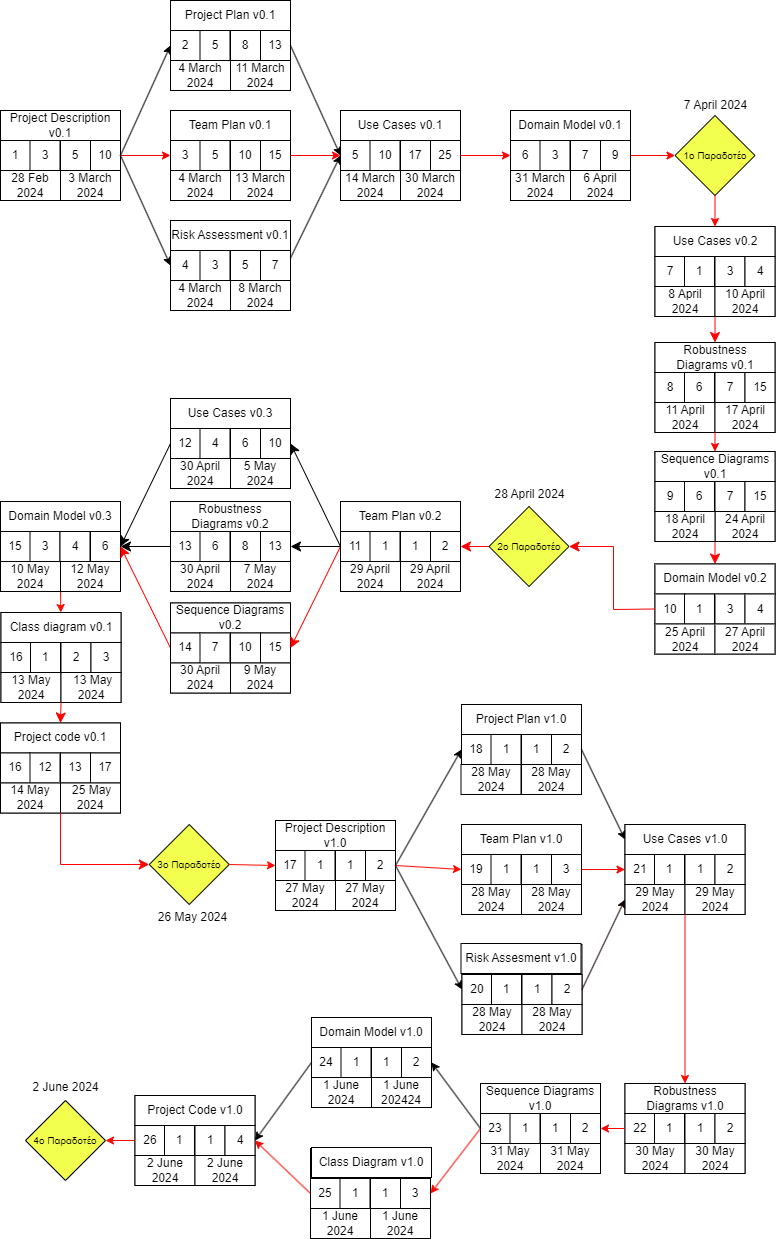
Nektar24/software-engineering keeps this draw.io diagram as NOTES/pert/Team Plan Pert.png. Above is the earlier version. Source tidied: cells renumbered, new cells last; positions are measured from the earlier drawing's top-left corner, leaving out a move shared by most shapes.
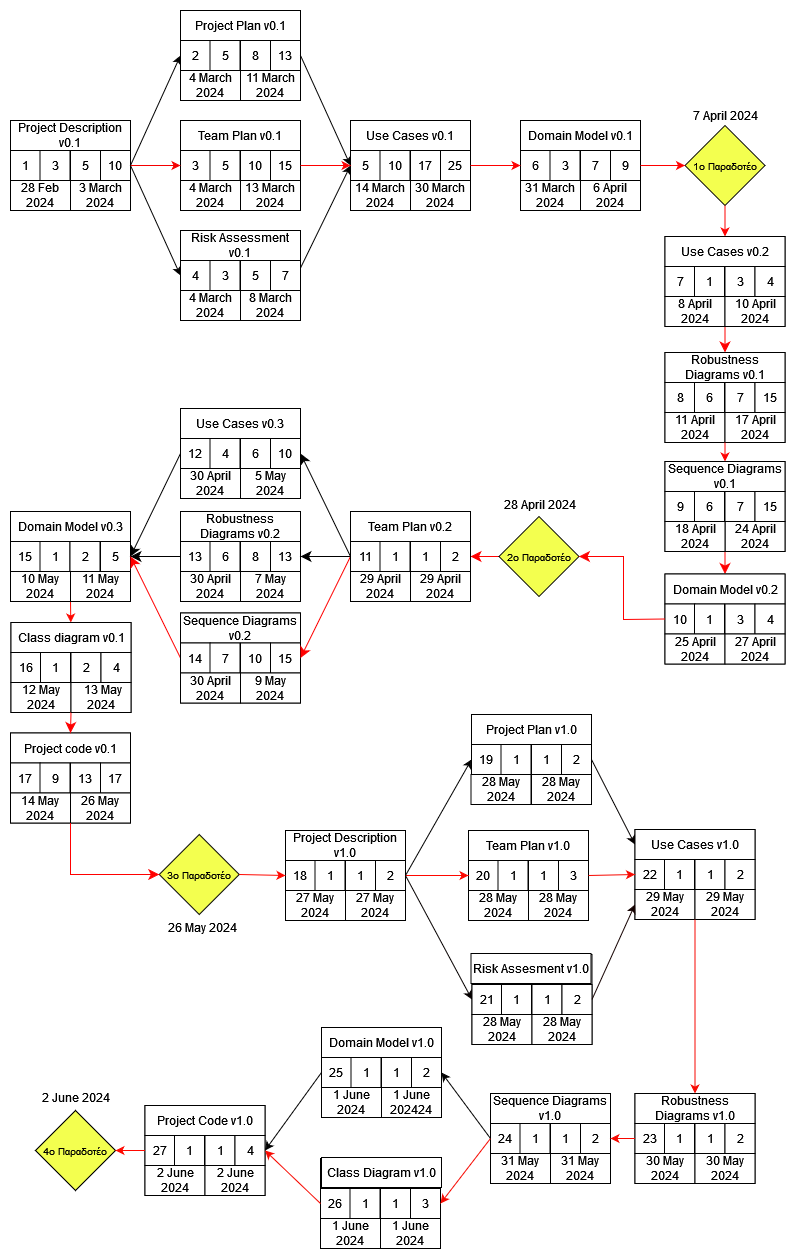
The same diagram one commit later.

Commit message:
corrections in dates of pert and gantt diagram(they were not the same)

Change to the diagram source:
```diff
@@ -249,7 +249,7 @@
       <mxGeometry x="714.5" y="623.5" width="60" height="30" as="geometry" />
     </mxCell>
     <mxCell id="84" style="rounded=0;whiteSpace=wrap;html=1;" parent="1" vertex="1">
-      <mxGeometry x="481" y="844" width="60" height="30" as="geometry" />
+      <mxGeometry x="478" y="840" width="60" height="30" as="geometry" />
     </mxCell>
     <mxCell id="85" style="edgeStyle=none;curved=1;rounded=0;jettySize=auto;html=1;exitX=0;exitY=0.5;exitDx=0;exitDy=0;entryX=1;entryY=0.5;entryDx=0;entryDy=0;fontSize=12;startSize=8;endSize=8;strokeColor=#FF0000;" parent="1" edge="1" source="86" target="250">
       <mxGeometry relative="1" as="geometry" />
@@ -275,19 +275,19 @@
     <mxCell id="92" value="15" style="rounded=0;whiteSpace=wrap;html=1;" parent="1" vertex="1">
       <mxGeometry y="531" width="30" height="30" as="geometry" />
     </mxCell>
-    <mxCell id="93" value="3" style="whiteSpace=wrap;html=1;" parent="1" vertex="1">
+    <mxCell id="93" value="1" style="whiteSpace=wrap;html=1;" parent="1" vertex="1">
       <mxGeometry x="29.5" y="531" width="30" height="30" as="geometry" />
     </mxCell>
-    <mxCell id="94" value="4" style="whiteSpace=wrap;html=1;" parent="1" vertex="1">
+    <mxCell id="94" value="2" style="whiteSpace=wrap;html=1;" parent="1" vertex="1">
       <mxGeometry x="59.5" y="531" width="30" height="30" as="geometry" />
     </mxCell>
-    <mxCell id="95" value="6" style="whiteSpace=wrap;html=1;" parent="1" vertex="1">
+    <mxCell id="95" value="5" style="whiteSpace=wrap;html=1;" parent="1" vertex="1">
       <mxGeometry x="90" y="531" width="30" height="30" as="geometry" />
     </mxCell>
     <mxCell id="96" value="10 May 2024" style="rounded=0;whiteSpace=wrap;html=1;" parent="1" vertex="1">
       <mxGeometry y="561" width="60" height="30" as="geometry" />
     </mxCell>
-    <mxCell id="97" value="12 May 2024" style="rounded=0;whiteSpace=wrap;html=1;" parent="1" vertex="1">
+    <mxCell id="97" value="11 May 2024" style="rounded=0;whiteSpace=wrap;html=1;" parent="1" vertex="1">
       <mxGeometry x="60" y="561" width="60" height="30" as="geometry" />
     </mxCell>
     <mxCell id="98" style="rounded=0;whiteSpace=wrap;html=1;" parent="1" vertex="1">
@@ -305,10 +305,10 @@
     <mxCell id="102" value="2" style="whiteSpace=wrap;html=1;" parent="1" vertex="1">
       <mxGeometry x="60.5" y="642" width="30" height="30" as="geometry" />
     </mxCell>
-    <mxCell id="103" value="3" style="whiteSpace=wrap;html=1;" parent="1" vertex="1">
+    <mxCell id="103" value="4" style="whiteSpace=wrap;html=1;" parent="1" vertex="1">
       <mxGeometry x="90.5" y="642" width="30" height="30" as="geometry" />
     </mxCell>
-    <mxCell id="104" value="13 May 2024" style="rounded=0;whiteSpace=wrap;html=1;" parent="1" vertex="1">
+    <mxCell id="104" value="12 May 2024" style="rounded=0;whiteSpace=wrap;html=1;" parent="1" vertex="1">
       <mxGeometry x="0.5" y="672" width="60" height="30" as="geometry" />
     </mxCell>
     <mxCell id="105" value="&amp;nbsp;13 May 2024" style="rounded=0;whiteSpace=wrap;html=1;" parent="1" vertex="1">
@@ -321,52 +321,52 @@
       <mxGeometry x="147" y="902" width="90" height="30" as="geometry" />
     </mxCell>
     <mxCell id="108" style="rounded=0;whiteSpace=wrap;html=1;" parent="1" vertex="1">
-      <mxGeometry x="461" y="824" width="120" height="90" as="geometry" />
+      <mxGeometry x="458" y="820" width="120" height="90" as="geometry" />
     </mxCell>
     <mxCell id="109" value="Team Plan v1.0" style="rounded=0;whiteSpace=wrap;html=1;" parent="1" vertex="1">
-      <mxGeometry x="461" y="824" width="120" height="30" as="geometry" />
+      <mxGeometry x="458" y="820" width="120" height="30" as="geometry" />
     </mxCell>
-    <mxCell id="110" value="19" style="rounded=0;whiteSpace=wrap;html=1;" parent="1" vertex="1">
-      <mxGeometry x="461" y="854" width="30" height="30" as="geometry" />
+    <mxCell id="110" value="20" style="rounded=0;whiteSpace=wrap;html=1;" parent="1" vertex="1">
+      <mxGeometry x="458" y="850" width="30" height="30" as="geometry" />
     </mxCell>
     <mxCell id="111" value="1" style="whiteSpace=wrap;html=1;" parent="1" vertex="1">
-      <mxGeometry x="490.5" y="854" width="30" height="30" as="geometry" />
+      <mxGeometry x="487.5" y="850" width="30" height="30" as="geometry" />
     </mxCell>
     <mxCell id="112" value="1" style="whiteSpace=wrap;html=1;" parent="1" vertex="1">
-      <mxGeometry x="521" y="854" width="30" height="30" as="geometry" />
+      <mxGeometry x="518" y="850" width="30" height="30" as="geometry" />
     </mxCell>
     <mxCell id="113" value="3" style="whiteSpace=wrap;html=1;" parent="1" vertex="1">
-      <mxGeometry x="551" y="854" width="30" height="30" as="geometry" />
+      <mxGeometry x="548" y="850" width="30" height="30" as="geometry" />
     </mxCell>
     <mxCell id="114" value="28 May 2024" style="rounded=0;whiteSpace=wrap;html=1;" parent="1" vertex="1">
-      <mxGeometry x="461" y="884" width="60" height="30" as="geometry" />
+      <mxGeometry x="458" y="880" width="60" height="30" as="geometry" />
     </mxCell>
     <mxCell id="115" value="28 May 2024" style="rounded=0;whiteSpace=wrap;html=1;" parent="1" vertex="1">
-      <mxGeometry x="521" y="884" width="60" height="30" as="geometry" />
+      <mxGeometry x="518" y="880" width="60" height="30" as="geometry" />
     </mxCell>
     <mxCell id="116" style="rounded=0;whiteSpace=wrap;html=1;" parent="1" vertex="1">
-      <mxGeometry x="624.5" y="824" width="120" height="90" as="geometry" />
+      <mxGeometry x="624.5" y="819" width="120" height="90" as="geometry" />
     </mxCell>
     <mxCell id="117" value="Use Cases v1.0" style="rounded=0;whiteSpace=wrap;html=1;" parent="1" vertex="1">
-      <mxGeometry x="624.5" y="824" width="120" height="30" as="geometry" />
+      <mxGeometry x="624.5" y="819" width="120" height="30" as="geometry" />
     </mxCell>
-    <mxCell id="118" value="21" style="rounded=0;whiteSpace=wrap;html=1;" parent="1" vertex="1">
-      <mxGeometry x="624.5" y="854" width="30" height="30" as="geometry" />
+    <mxCell id="118" value="22" style="rounded=0;whiteSpace=wrap;html=1;" parent="1" vertex="1">
+      <mxGeometry x="624.5" y="849" width="30" height="30" as="geometry" />
     </mxCell>
     <mxCell id="119" value="1" style="whiteSpace=wrap;html=1;" parent="1" vertex="1">
-      <mxGeometry x="654" y="854" width="30" height="30" as="geometry" />
+      <mxGeometry x="654" y="849" width="30" height="30" as="geometry" />
     </mxCell>
     <mxCell id="120" value="1" style="whiteSpace=wrap;html=1;" parent="1" vertex="1">
-      <mxGeometry x="684.5" y="854" width="30" height="30" as="geometry" />
+      <mxGeometry x="684.5" y="849" width="30" height="30" as="geometry" />
     </mxCell>
     <mxCell id="121" value="2" style="whiteSpace=wrap;html=1;" parent="1" vertex="1">
-      <mxGeometry x="714.5" y="854" width="30" height="30" as="geometry" />
+      <mxGeometry x="714.5" y="849" width="30" height="30" as="geometry" />
     </mxCell>
     <mxCell id="122" value="29 May 2024" style="rounded=0;whiteSpace=wrap;html=1;" parent="1" vertex="1">
-      <mxGeometry x="624.5" y="884" width="60" height="30" as="geometry" />
+      <mxGeometry x="624.5" y="879" width="60" height="30" as="geometry" />
     </mxCell>
     <mxCell id="123" value="29 May 2024" style="rounded=0;whiteSpace=wrap;html=1;" parent="1" vertex="1">
-      <mxGeometry x="684.5" y="884" width="60" height="30" as="geometry" />
+      <mxGeometry x="684.5" y="879" width="60" height="30" as="geometry" />
     </mxCell>
     <mxCell id="124" style="rounded=0;whiteSpace=wrap;html=1;" parent="1" vertex="1">
       <mxGeometry x="275" y="820" width="120" height="90" as="geometry" />
@@ -374,7 +374,7 @@
     <mxCell id="125" value="Project Description v1.0" style="rounded=0;whiteSpace=wrap;html=1;" parent="1" vertex="1">
       <mxGeometry x="275" y="820" width="120" height="30" as="geometry" />
     </mxCell>
-    <mxCell id="126" value="17" style="rounded=0;whiteSpace=wrap;html=1;" parent="1" vertex="1">
+    <mxCell id="126" value="18" style="rounded=0;whiteSpace=wrap;html=1;" parent="1" vertex="1">
       <mxGeometry x="275" y="850" width="30" height="30" as="geometry" />
     </mxCell>
     <mxCell id="127" value="1" style="whiteSpace=wrap;html=1;" parent="1" vertex="1">
@@ -398,7 +398,7 @@
     <mxCell id="133" value="Project Plan v1.0" style="rounded=0;whiteSpace=wrap;html=1;" parent="1" vertex="1">
       <mxGeometry x="461" y="704" width="120" height="30" as="geometry" />
     </mxCell>
-    <mxCell id="134" value="18" style="rounded=0;whiteSpace=wrap;html=1;" parent="1" vertex="1">
+    <mxCell id="134" value="19" style="rounded=0;whiteSpace=wrap;html=1;" parent="1" vertex="1">
       <mxGeometry x="461" y="734" width="30" height="30" as="geometry" />
     </mxCell>
     <mxCell id="135" value="1" style="whiteSpace=wrap;html=1;" parent="1" vertex="1">
@@ -419,7 +419,7 @@
     <mxCell id="140" value="Risk Assesment v1.0" style="rounded=0;whiteSpace=wrap;html=1;" parent="1" vertex="1">
       <mxGeometry x="460.5" y="943" width="120" height="30" as="geometry" />
     </mxCell>
-    <mxCell id="141" value="20" style="rounded=0;whiteSpace=wrap;html=1;" parent="1" vertex="1">
+    <mxCell id="141" value="21" style="rounded=0;whiteSpace=wrap;html=1;" parent="1" vertex="1">
       <mxGeometry x="461.5" y="974" width="30" height="30" as="geometry" />
     </mxCell>
     <mxCell id="142" value="1" style="whiteSpace=wrap;html=1;" parent="1" vertex="1">
@@ -443,7 +443,7 @@
     <mxCell id="148" value="Domain Model v1.0" style="rounded=0;whiteSpace=wrap;html=1;" parent="1" vertex="1">
       <mxGeometry x="311" y="1017" width="120" height="30" as="geometry" />
     </mxCell>
-    <mxCell id="149" value="24" style="rounded=0;whiteSpace=wrap;html=1;" parent="1" vertex="1">
+    <mxCell id="149" value="25" style="rounded=0;whiteSpace=wrap;html=1;" parent="1" vertex="1">
       <mxGeometry x="311" y="1047" width="30" height="30" as="geometry" />
     </mxCell>
     <mxCell id="150" value="1" style="whiteSpace=wrap;html=1;" parent="1" vertex="1">
@@ -467,7 +467,7 @@
     <mxCell id="156" value="Class Diagram v1.0" style="rounded=0;whiteSpace=wrap;html=1;" parent="1" vertex="1">
       <mxGeometry x="311" y="1147" width="120" height="30" as="geometry" />
     </mxCell>
-    <mxCell id="157" value="25" style="rounded=0;whiteSpace=wrap;html=1;" parent="1" vertex="1">
+    <mxCell id="157" value="26" style="rounded=0;whiteSpace=wrap;html=1;" parent="1" vertex="1">
       <mxGeometry x="310" y="1178" width="30" height="30" as="geometry" />
     </mxCell>
     <mxCell id="158" value="1" style="whiteSpace=wrap;html=1;" parent="1" vertex="1">
@@ -491,7 +491,7 @@
     <mxCell id="164" value="Sequence Diagrams v1.0" style="rounded=0;whiteSpace=wrap;html=1;" parent="1" vertex="1">
       <mxGeometry x="480" y="1083" width="120" height="30" as="geometry" />
     </mxCell>
-    <mxCell id="165" value="23" style="rounded=0;whiteSpace=wrap;html=1;" parent="1" vertex="1">
+    <mxCell id="165" value="24" style="rounded=0;whiteSpace=wrap;html=1;" parent="1" vertex="1">
       <mxGeometry x="480" y="1113" width="30" height="30" as="geometry" />
     </mxCell>
     <mxCell id="166" value="1" style="whiteSpace=wrap;html=1;" parent="1" vertex="1">
@@ -515,7 +515,7 @@
     <mxCell id="172" value="Robustness Diagrams v1.0" style="rounded=0;whiteSpace=wrap;html=1;" parent="1" vertex="1">
       <mxGeometry x="624.5" y="1083" width="120" height="30" as="geometry" />
     </mxCell>
-    <mxCell id="173" value="22" style="rounded=0;whiteSpace=wrap;html=1;" parent="1" vertex="1">
+    <mxCell id="173" value="23" style="rounded=0;whiteSpace=wrap;html=1;" parent="1" vertex="1">
       <mxGeometry x="624.5" y="1113" width="30" height="30" as="geometry" />
     </mxCell>
     <mxCell id="174" value="1" style="whiteSpace=wrap;html=1;" parent="1" vertex="1">
@@ -539,7 +539,7 @@
     <mxCell id="180" value="Project Code v1.0" style="rounded=0;whiteSpace=wrap;html=1;" parent="1" vertex="1">
       <mxGeometry x="134.5" y="1095" width="120" height="30" as="geometry" />
     </mxCell>
-    <mxCell id="181" value="26" style="rounded=0;whiteSpace=wrap;html=1;" parent="1" vertex="1">
+    <mxCell id="181" value="27" style="rounded=0;whiteSpace=wrap;html=1;" parent="1" vertex="1">
       <mxGeometry x="134.5" y="1125" width="30" height="30" as="geometry" />
     </mxCell>
     <mxCell id="182" value="1" style="whiteSpace=wrap;html=1;" parent="1" vertex="1">
@@ -769,10 +769,10 @@
     <mxCell id="255" value="Project code v0.1" style="rounded=0;whiteSpace=wrap;html=1;" parent="1" vertex="1">
       <mxGeometry y="722.5" width="120" height="30" as="geometry" />
     </mxCell>
-    <mxCell id="256" value="16" style="rounded=0;whiteSpace=wrap;html=1;" parent="1" vertex="1">
+    <mxCell id="256" value="17" style="rounded=0;whiteSpace=wrap;html=1;" parent="1" vertex="1">
       <mxGeometry y="752.5" width="30" height="30" as="geometry" />
     </mxCell>
-    <mxCell id="257" value="12" style="whiteSpace=wrap;html=1;" parent="1" vertex="1">
+    <mxCell id="257" value="9" style="whiteSpace=wrap;html=1;" parent="1" vertex="1">
       <mxGeometry x="29.5" y="752.5" width="30" height="30" as="geometry" />
     </mxCell>
     <mxCell id="258" value="13" style="whiteSpace=wrap;html=1;" parent="1" vertex="1">
@@ -784,7 +784,7 @@
     <mxCell id="260" value="14 May 2024" style="rounded=0;whiteSpace=wrap;html=1;" parent="1" vertex="1">
       <mxGeometry y="782.5" width="60" height="30" as="geometry" />
     </mxCell>
-    <mxCell id="261" value="&amp;nbsp;25 May 2024" style="rounded=0;whiteSpace=wrap;html=1;" parent="1" vertex="1">
+    <mxCell id="261" value="26 May 2024" style="rounded=0;whiteSpace=wrap;html=1;" parent="1" vertex="1">
       <mxGeometry x="60" y="782.5" width="60" height="30" as="geometry" />
     </mxCell>
     <mxCell id="262" style="edgeStyle=none;curved=1;rounded=0;jettySize=auto;html=1;exitX=0;exitY=1;exitDx=0;exitDy=0;entryX=0.5;entryY=0;entryDx=0;entryDy=0;fontSize=12;startSize=8;endSize=8;strokeColor=#FF0000;" parent="1" edge="1" source="105" target="255">
```
